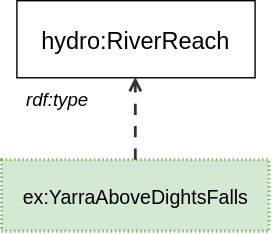
Above: ssn/images/domain-feature.svg in w3c/sdw-sosa-ssn (draw.io), before the change. Source tidied: cells renumbered, new cells last; positions are measured from the earlier drawing's top-left corner, leaving out a move shared by most shapes.
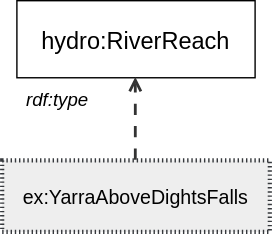
The same diagram one commit later.

What changed in the source:
```diff
@@ -2,7 +2,7 @@
   <root>
     <mxCell id="0" />
     <mxCell id="1" parent="0" />
-    <mxCell id="2" value="&lt;font style=&quot;font-size: 14px;&quot;&gt;ex:YarraAboveDightsFalls&lt;/font&gt;" style="html=1;overflow=block;blockSpacing=1;whiteSpace=wrap;fontSize=14.4;fontFamily=Helvetica;align=center;spacing=0;strokeOpacity=100;fillOpacity=100;fillColor=#d5e8d4;dashed=1;fixDash=1;dashPattern=1 2;strokeWidth=2.3;convertToSvg=1;strokeColor=#82b366;" parent="1" vertex="1">
+    <mxCell id="2" value="&lt;font style=&quot;font-size: 14px;&quot;&gt;ex:YarraAboveDightsFalls&lt;/font&gt;" style="html=1;overflow=block;blockSpacing=1;whiteSpace=wrap;fontSize=14.4;fontFamily=Helvetica;align=center;spacing=0;strokeOpacity=100;fillOpacity=100;fillColor=#eeeeee;dashed=1;fixDash=1;dashPattern=1 2;strokeWidth=3;convertToSvg=1;strokeColor=#36393d;" parent="1" vertex="1">
       <mxGeometry y="114" width="191" height="51" as="geometry" />
     </mxCell>
     <mxCell id="3" value="hydro:RiverReach" style="html=1;overflow=block;blockSpacing=1;whiteSpace=wrap;fontSize=16.8;fontColor=default;fontStyle=0;align=center;spacing=0;strokeOpacity=100;fillOpacity=0;fillColor=#000000;strokeWidth=1;convertToSvg=1;" parent="1" vertex="1">
```
